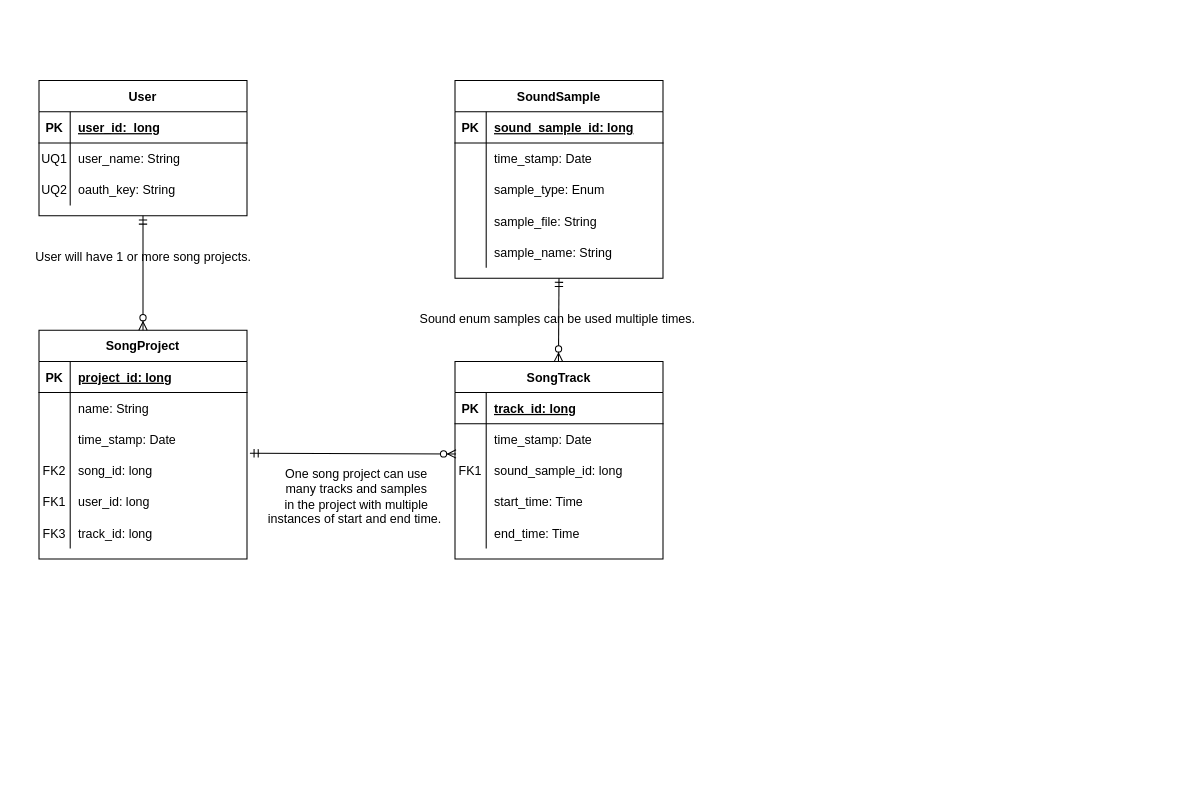
Above: docs/work/erd.drawio in sound-doodle/sound-doodle.github.io (draw.io), before the change. Source tidied: cells renumbered, new cells numbered last; positions are measured from the earlier drawing's top-left corner, leaving out a move shared by most shapes. Both pictures are drawn from the tidied source at 104%, with x=0, y=0 at pixel (28, 80).
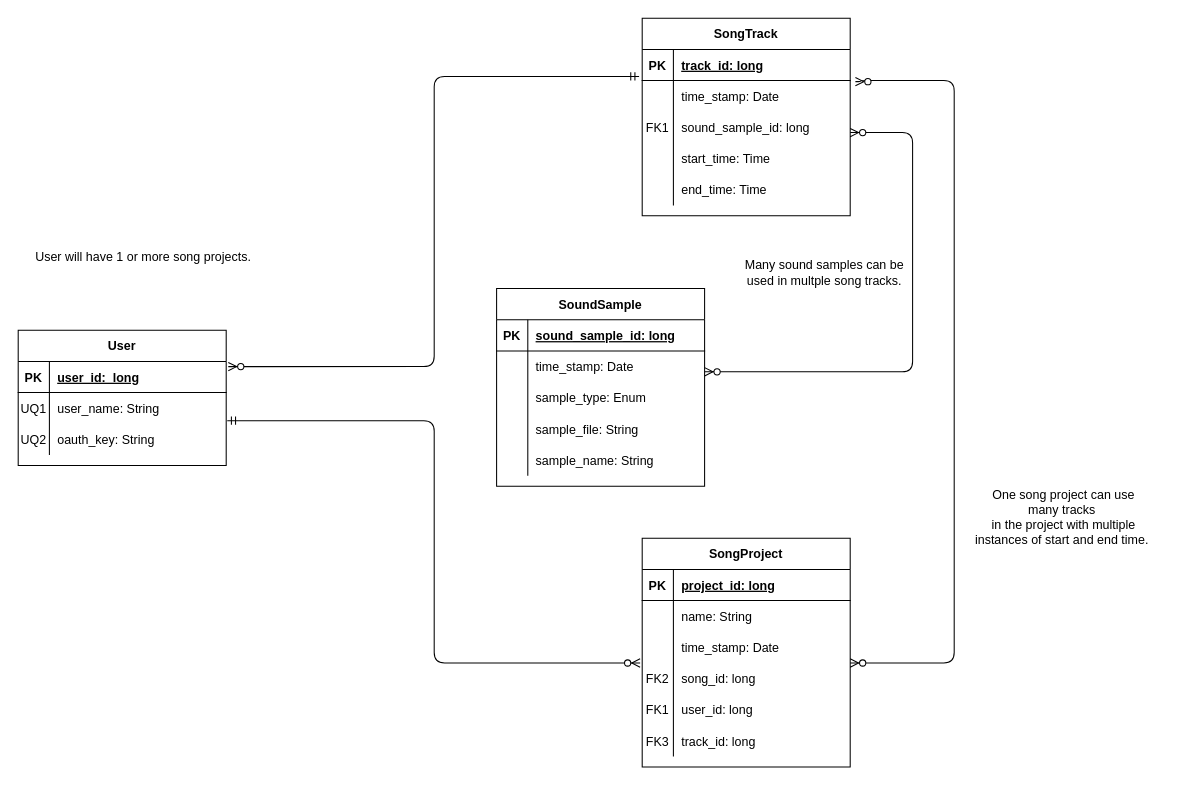
The same diagram, later.

Unchanged cells that the change refers to:
```xml
<mxCell id="22" style="shape=partialRectangle;fillColor=none;points=[[0,0.5],[1,0.5]];portConstraint=eastwest;top=0;left=0;right=0;bottom=0;" parent="18" vertex="1">
  <mxGeometry y="60" width="200" height="30" as="geometry" />
</mxCell>
<mxCell id="35" style="shape=partialRectangle;fillColor=none;points=[[0,0.5],[1,0.5]];portConstraint=eastwest;top=0;left=0;right=0;bottom=1;" parent="34" vertex="1">
  <mxGeometry y="30" width="200" height="30" as="geometry" />
</mxCell>
<mxCell id="41" style="shape=partialRectangle;fillColor=none;points=[[0,0.5],[1,0.5]];portConstraint=eastwest;top=0;left=0;right=0;bottom=0;" parent="34" vertex="1">
  <mxGeometry y="90" width="200" height="30" as="geometry" />
</mxCell>
<mxCell id="51" style="shape=partialRectangle;fillColor=none;top=0;left=0;bottom=0;right=0;points=[[0,0.5],[1,0.5]];portConstraint=eastwest;" parent="44" vertex="1">
  <mxGeometry y="90" width="200" height="30" as="geometry" />
</mxCell>
<mxCell id="54" style="shape=partialRectangle;fillColor=none;top=0;left=0;bottom=0;right=0;points=[[0,0.5],[1,0.5]];portConstraint=eastwest;" parent="44" vertex="1">
  <mxGeometry y="120" width="200" height="30" as="geometry" />
</mxCell>
```

Diff of the diagram source:
```diff
@@
     <mxCell id="2" value="SoundSample" style="shape=table;startSize=30;childLayout=tableLayout;rowLines=0;fontStyle=1;align=center;" parent="1" vertex="1">
-      <mxGeometry x="410" width="200" height="190" as="geometry" />
+      <mxGeometry x="450" y="200" width="200" height="190" as="geometry" />
     </mxCell>
@@
     <mxCell id="18" value="SongTrack" style="shape=table;startSize=30;childLayout=tableLayout;rowLines=0;fontStyle=1;align=center;" parent="1" vertex="1">
-      <mxGeometry x="410" y="270" width="200" height="190" as="geometry" />
+      <mxGeometry x="590" y="-60" width="200" height="190" as="geometry" />
     </mxCell>
@@
     <mxCell id="34" value="User" style="shape=table;startSize=30;childLayout=tableLayout;rowLines=0;fontStyle=1;align=center;" parent="1" vertex="1">
-      <mxGeometry x="10" width="200" height="130" as="geometry" />
+      <mxGeometry x="-10" y="240" width="200" height="130" as="geometry" />
     </mxCell>
@@
     <mxCell id="44" value="SongProject" style="shape=table;startSize=30;childLayout=tableLayout;rowLines=0;fontStyle=1;align=center;" parent="1" vertex="1">
-      <mxGeometry x="10" y="240" width="200" height="220" as="geometry" />
+      <mxGeometry x="590" y="440" width="200" height="220" as="geometry" />
     </mxCell>
@@
-    <mxCell id="63" style="fontSize=12;html=1;endArrow=ERzeroToMany;startArrow=ERmandOne;endFill=1;exitX=0.5;exitY=1;exitDx=0;exitDy=0;" parent="1" edge="1" source="34" target="44">
-      <mxGeometry relative="1" as="geometry" />
+    <mxCell id="63" style="fontSize=12;html=1;endArrow=ERzeroToMany;startArrow=ERmandOne;endFill=1;exitX=1.005;exitY=-0.1;exitDx=0;exitDy=0;exitPerimeter=0;edgeStyle=orthogonalEdgeStyle;entryX=-0.01;entryY=0;entryDx=0;entryDy=0;entryPerimeter=0;" parent="1" edge="1" source="41" target="54">
+      <mxGeometry relative="1" as="geometry">
+        <Array as="points">
+          <mxPoint x="390" y="327" />
+          <mxPoint x="390" y="560" />
+        </Array>
+      </mxGeometry>
     </mxCell>
-    <mxCell id="64" style="fontSize=12;html=1;endArrow=ERzeroToMany;startArrow=ERmandOne;" parent="1" edge="1">
+    <mxCell id="64" style="fontSize=12;html=1;endArrow=ERzeroToMany;startArrow=ERzeroToMany;edgeStyle=orthogonalEdgeStyle;endFill=1;startFill=1;" parent="1" edge="1">
       <mxGeometry relative="1" as="geometry">
-        <mxPoint x="510" y="190" as="sourcePoint" />
-        <mxPoint x="509.5" y="270" as="targetPoint" />
+        <mxPoint x="790" y="50" as="sourcePoint" />
+        <mxPoint x="650" y="280" as="targetPoint" />
+        <Array as="points">
+          <mxPoint x="850" y="50" />
+          <mxPoint x="850" y="280" />
+        </Array>
       </mxGeometry>
     </mxCell>
-    <mxCell id="65" style="fontSize=12;html=1;endArrow=ERzeroToMany;startArrow=ERmandOne;exitX=1.014;exitY=-0.056;exitDx=0;exitDy=0;exitPerimeter=0;entryX=0.005;entryY=0.967;entryDx=0;entryDy=0;entryPerimeter=0;" parent="1" edge="1" source="54" target="22">
+    <mxCell id="65" style="fontSize=12;html=1;endArrow=ERzeroToMany;startArrow=ERmandOne;exitX=-0.015;exitY=-0.133;exitDx=0;exitDy=0;exitPerimeter=0;startFill=0;entryX=1.01;entryY=0.167;entryDx=0;entryDy=0;entryPerimeter=0;edgeStyle=orthogonalEdgeStyle;" parent="1" edge="1" source="22" target="35">
       <mxGeometry relative="1" as="geometry" />
     </mxCell>
@@
-    <mxCell id="67" value="One song project can use &lt;br&gt;many tracks and samples &lt;br&gt;in the project with multiple &lt;br&gt;instances of start and end time.&amp;nbsp;" style="text;html=1;align=center;verticalAlign=middle;strokeColor=none;" parent="1" vertex="1">
-      <mxGeometry x="220" y="370" width="190" height="60" as="geometry" />
+    <mxCell id="67" value="One song project can use &lt;br&gt;many tracks&amp;nbsp;&lt;br&gt;in the project with multiple &lt;br&gt;instances of start and end time.&amp;nbsp;" style="text;html=1;align=center;verticalAlign=middle;strokeColor=none;" parent="1" vertex="1">
+      <mxGeometry x="900" y="390" width="190" height="60" as="geometry" />
     </mxCell>
-    <mxCell id="68" value="Sound enum samples can be used multiple times.&amp;nbsp;" style="text;html=1;align=center;verticalAlign=middle;strokeColor=none;" parent="1" vertex="1">
-      <mxGeometry x="370" y="220" width="280" height="20" as="geometry" />
+    <mxCell id="68" value="Many sound samples can be&lt;br&gt;used in multple song tracks." style="text;html=1;align=center;verticalAlign=middle;strokeColor=none;" parent="1" vertex="1">
+      <mxGeometry x="680" y="170" width="170" height="30" as="geometry" />
     </mxCell>
+    <mxCell id="69" style="fontSize=12;html=1;endArrow=ERzeroToMany;startArrow=ERzeroToMany;edgeStyle=orthogonalEdgeStyle;endFill=1;startFill=1;entryX=1;entryY=1;entryDx=0;entryDy=0;entryPerimeter=0;exitX=1.025;exitY=0.033;exitDx=0;exitDy=0;exitPerimeter=0;" parent="1" edge="1" source="22" target="51">
+      <mxGeometry relative="1" as="geometry">
+        <Array as="points">
+          <mxPoint x="800" y="1" />
+          <mxPoint x="800" />
+          <mxPoint x="890" />
+          <mxPoint x="890" y="560" />
+        </Array>
+      </mxGeometry>
+    </mxCell>
```
